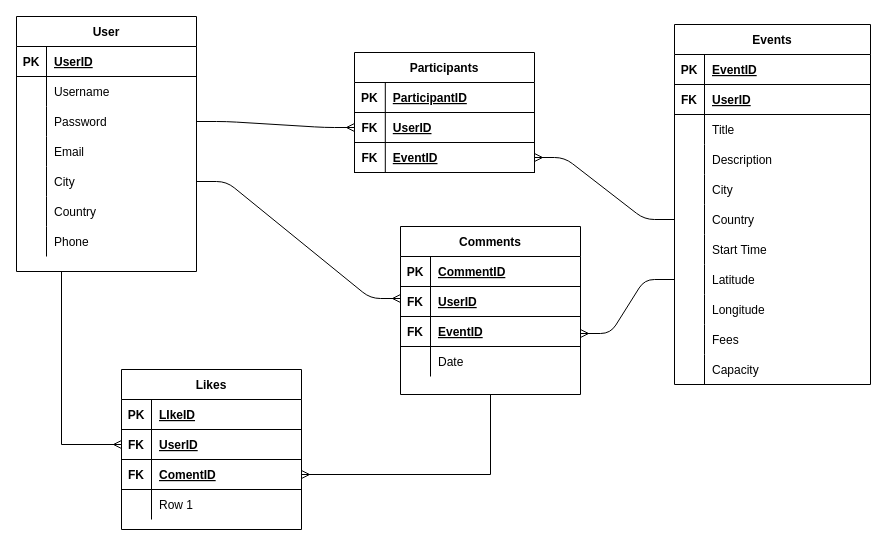
This is eventor.drawio from cruedo/Eventor, a draw.io file, before an edit. Source tidied: cells renumbered, new cells numbered last; positions are measured from the earlier drawing's top-left corner, leaving out a move shared by most shapes. Both pictures are drawn from the tidied source at 100%, with x=0, y=0 at pixel (16, 16).
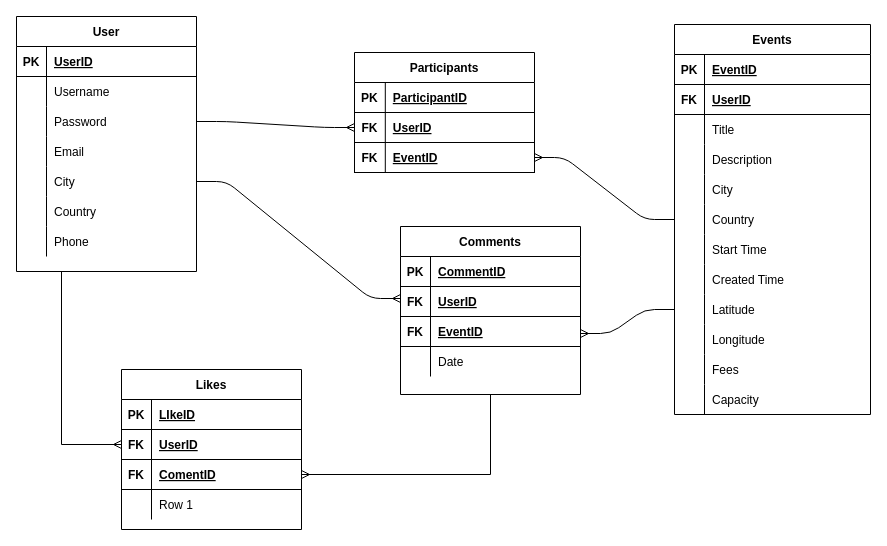
The same page after the edit.

The edit, as a diff of the source:
```diff
@@
     <mxCell id="25" value="Events" style="shape=table;startSize=30;childLayout=tableLayout;rowLines=0;fontStyle=1;align=center;" parent="1" vertex="1">
-      <mxGeometry x="658" y="8" width="196" height="360" as="geometry" />
+      <mxGeometry x="658" y="8" width="196" height="390" as="geometry" />
     </mxCell>
@@
+    <mxCell id="100" style="shape=partialRectangle;fillColor=none;top=0;left=0;bottom=0;right=0;" parent="25" vertex="1">
+      <mxGeometry y="240" width="196" height="30" as="geometry" />
+    </mxCell>
+    <mxCell id="101" style="shape=partialRectangle;fillColor=none;top=0;left=0;bottom=0;right=0;overflow=hidden;" parent="100" vertex="1">
+      <mxGeometry width="30" height="30" as="geometry" />
+    </mxCell>
+    <mxCell id="102" value="Created Time" style="shape=partialRectangle;fillColor=none;top=0;left=0;bottom=0;right=0;align=left;spacingLeft=6;overflow=hidden;" parent="100" vertex="1">
+      <mxGeometry x="30" width="166" height="30" as="geometry" />
+    </mxCell>
     <mxCell id="47" style="shape=partialRectangle;fillColor=none;top=0;left=0;bottom=0;right=0;points=[[0,0.5],[1,0.5]];portConstraint=eastwest;" parent="25" vertex="1">
-      <mxGeometry y="240" width="196" height="30" as="geometry" />
+      <mxGeometry y="270" width="196" height="30" as="geometry" />
     </mxCell>
@@
     <mxCell id="50" style="shape=partialRectangle;fillColor=none;top=0;left=0;bottom=0;right=0;" parent="25" vertex="1">
-      <mxGeometry y="270" width="196" height="30" as="geometry" />
+      <mxGeometry y="300" width="196" height="30" as="geometry" />
     </mxCell>
@@
     <mxCell id="53" style="shape=partialRectangle;fillColor=none;top=0;left=0;bottom=0;right=0;" parent="25" vertex="1">
-      <mxGeometry y="300" width="196" height="30" as="geometry" />
+      <mxGeometry y="330" width="196" height="30" as="geometry" />
     </mxCell>
@@
     <mxCell id="56" style="shape=partialRectangle;fillColor=none;top=0;left=0;bottom=0;right=0;" parent="25" vertex="1">
-      <mxGeometry y="330" width="196" height="30" as="geometry" />
+      <mxGeometry y="360" width="196" height="30" as="geometry" />
     </mxCell>
```
